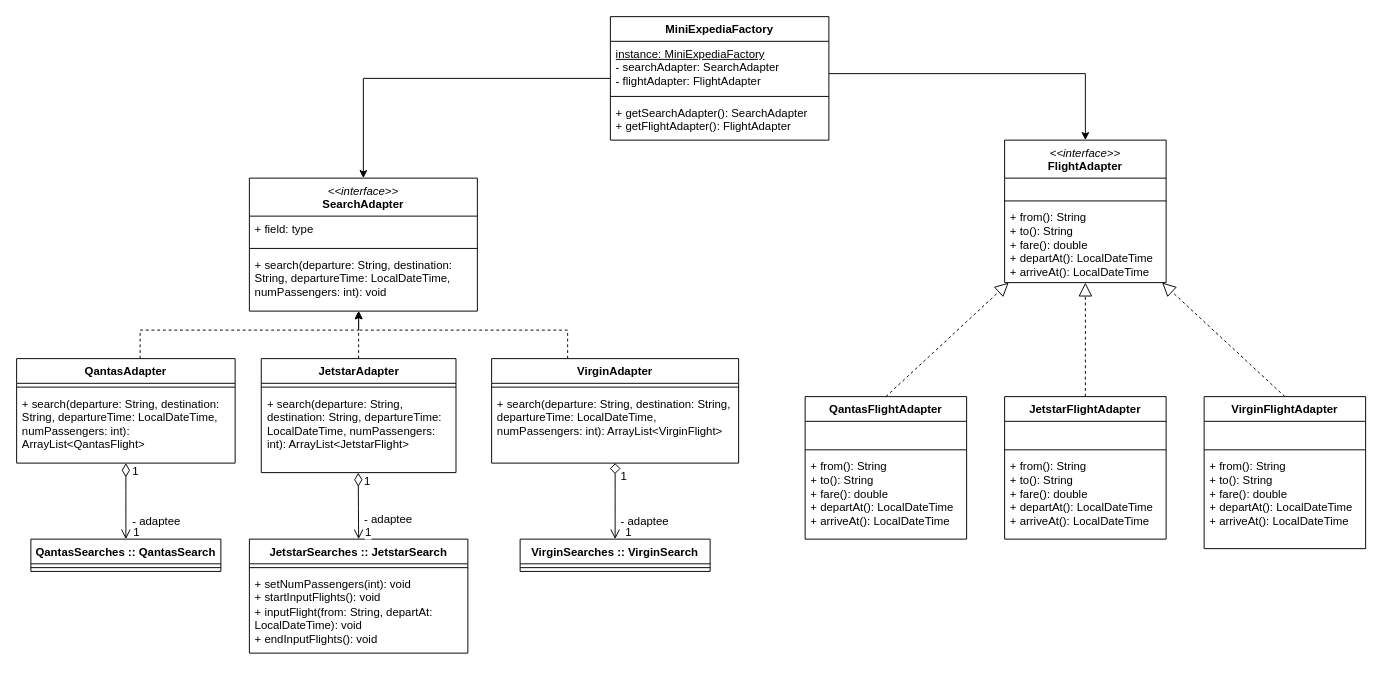
This is page "Page-1" (1 of 2) of workshop8-week9.drawio from antonykimuom/SWEN30006-2025-SM1-workshop1-tuew05-14-00-team-12, a draw.io file, before an edit. Source tidied: cells renumbered, new cells numbered last; positions are measured from the earlier drawing's top-left corner, leaving out a move shared by most shapes. Both pictures are drawn from the tidied source at 95%, with x=0, y=0 at pixel (16, 16).
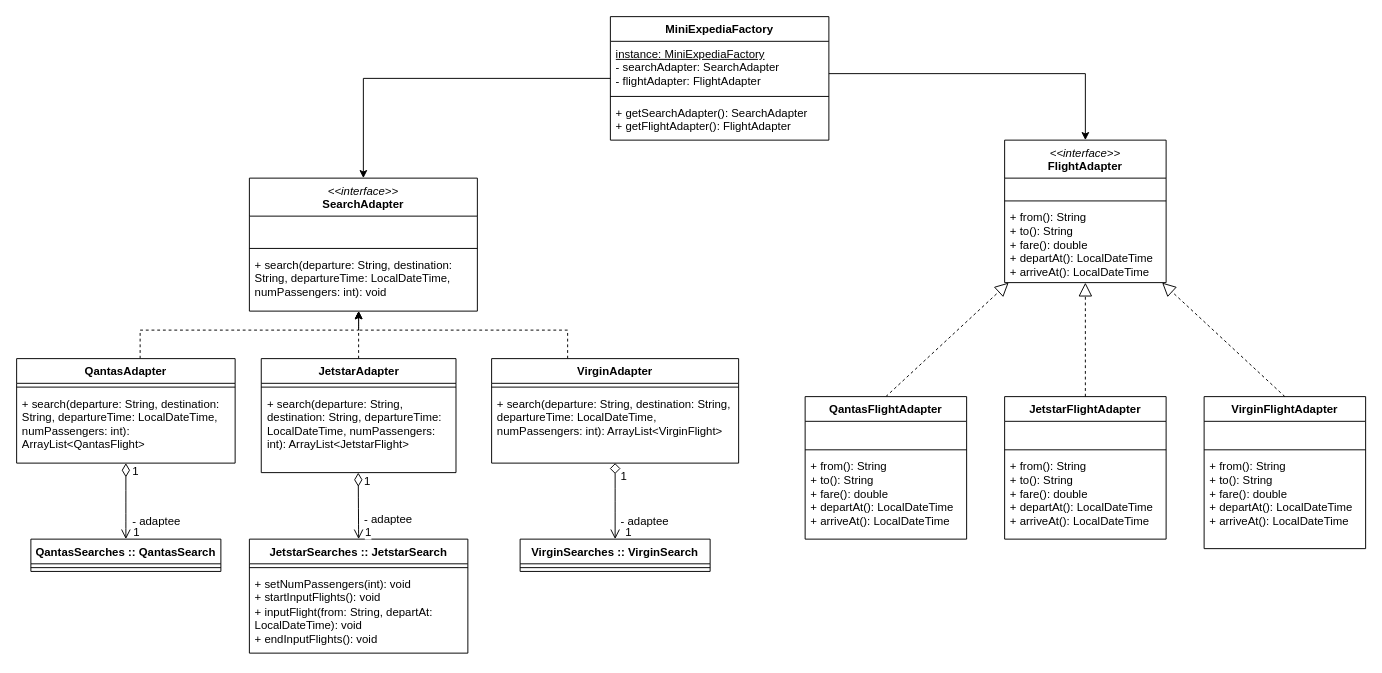
The same diagram, later.

Commit message:
got rid of field in searchAdapter

The change refers to these unchanged cells:
```xml
<mxCell id="6" value="&lt;div&gt;&lt;span style=&quot;font-weight: normal;&quot;&gt;&lt;i&gt;&amp;lt;&amp;lt;interface&amp;gt;&amp;gt;&lt;/i&gt;&lt;/span&gt;&lt;/div&gt;SearchAdapter" style="swimlane;fontStyle=1;align=center;verticalAlign=top;horizontal=1;startSize=40;whiteSpace=wrap;html=1;" parent="1" vertex="1">
  <mxGeometry x="245" y="170" width="240" height="140" as="geometry" />
</mxCell>
```

What changed in the source:
```diff
@@
-    <mxCell id="7" value="+ field: type" style="text;strokeColor=none;fillColor=none;align=left;verticalAlign=top;spacingLeft=4;spacingRight=4;overflow=hidden;whiteSpace=wrap;html=1;" parent="6" vertex="1">
+    <mxCell id="7" value="&lt;br&gt;&lt;div&gt;&lt;br&gt;&lt;/div&gt;" style="text;strokeColor=none;fillColor=none;align=left;verticalAlign=top;spacingLeft=4;spacingRight=4;overflow=hidden;whiteSpace=wrap;html=1;" parent="6" vertex="1">
       <mxGeometry y="40" width="240" height="30" as="geometry" />
     </mxCell>
```
